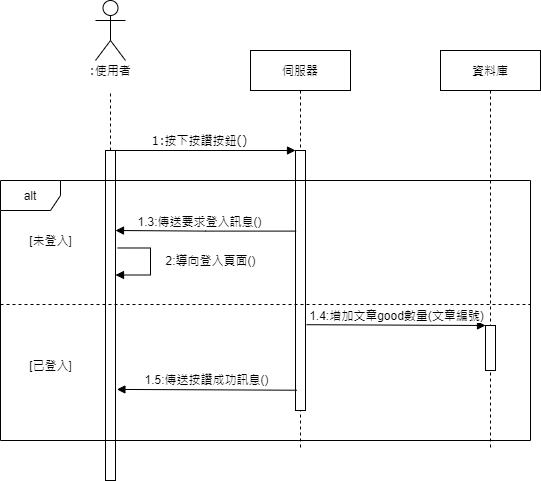
Earlier version of the draw.io export src/main/uml/good-2.png (10746010/Plearnet-back-end). Source tidied: cells renumbered, new cells last; positions are measured from the earlier drawing's top-left corner, leaving out a move shared by most shapes.
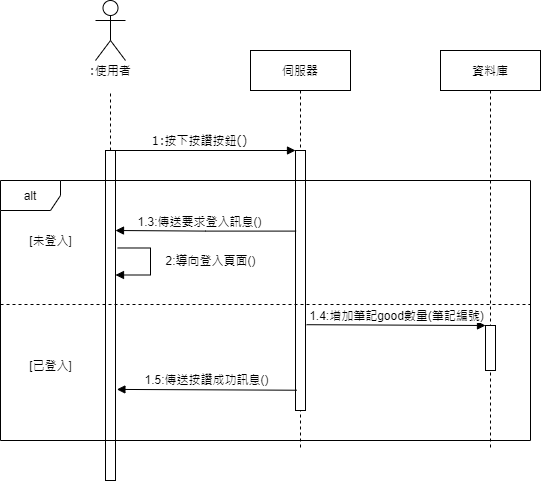
After the change.

Commit message:
update good Activity diagram

Change to the diagram source:
```diff
@@ -62,7 +62,7 @@
     <mxCell id="15" value="[已登入]" style="text;html=1;align=center;verticalAlign=middle;strokeColor=none;" parent="1" vertex="1">
       <mxGeometry x="20" y="355" width="60" height="20" as="geometry" />
     </mxCell>
-    <mxCell id="16" value="1.4:增加文章good數量(文章編號)" style="html=1;verticalAlign=bottom;endArrow=block;entryX=0;entryY=0;exitX=1.1;exitY=0.67;exitDx=0;exitDy=0;exitPerimeter=0;" parent="1" edge="1" source="3" target="5">
+    <mxCell id="16" value="1.4:增加筆記good數量(筆記編號)" style="html=1;verticalAlign=bottom;endArrow=block;entryX=0;entryY=0;exitX=1.1;exitY=0.67;exitDx=0;exitDy=0;exitPerimeter=0;" parent="1" edge="1" source="3" target="5">
       <mxGeometry relative="1" as="geometry" />
     </mxCell>
     <mxCell id="17" value="1.5:傳送按讚成功訊息()" style="html=1;verticalAlign=bottom;endArrow=block;exitX=0.14;exitY=0.922;exitDx=0;exitDy=0;exitPerimeter=0;entryX=1.14;entryY=0.724;entryDx=0;entryDy=0;entryPerimeter=0;" parent="1" edge="1" source="3" target="7">
```
